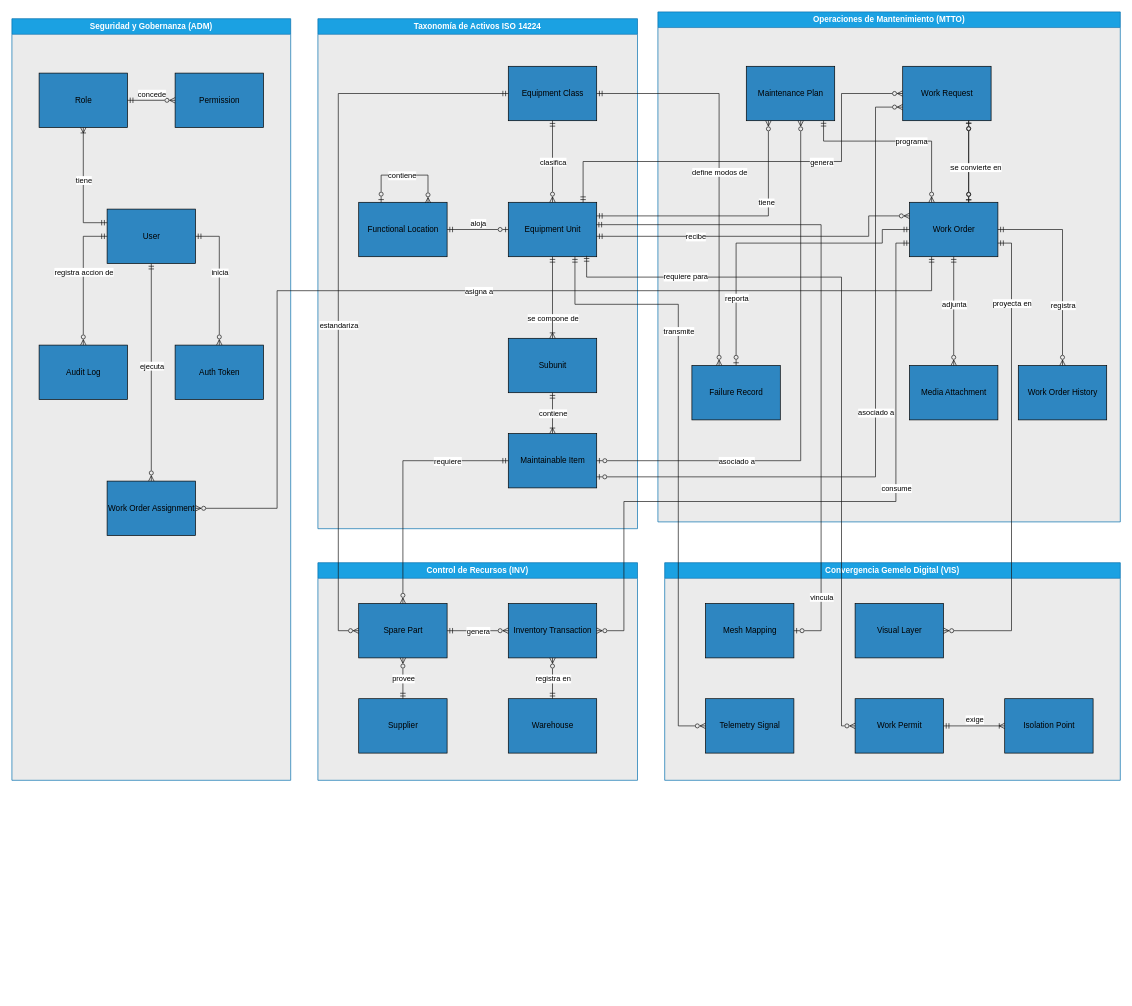
Earlier version of the draw.io diagram domain-models/entity-relationship/DT-ERD-CON-001-conceptual-model.drawio (Novav20/adso-dteam-docs). Source tidied: cells renumbered, new cells numbered last; positions are measured from the earlier drawing's top-left corner, leaving out a move shared by most shapes. Both pictures are drawn from the tidied source at 68%, with x=0, y=0 at pixel (12, 12).
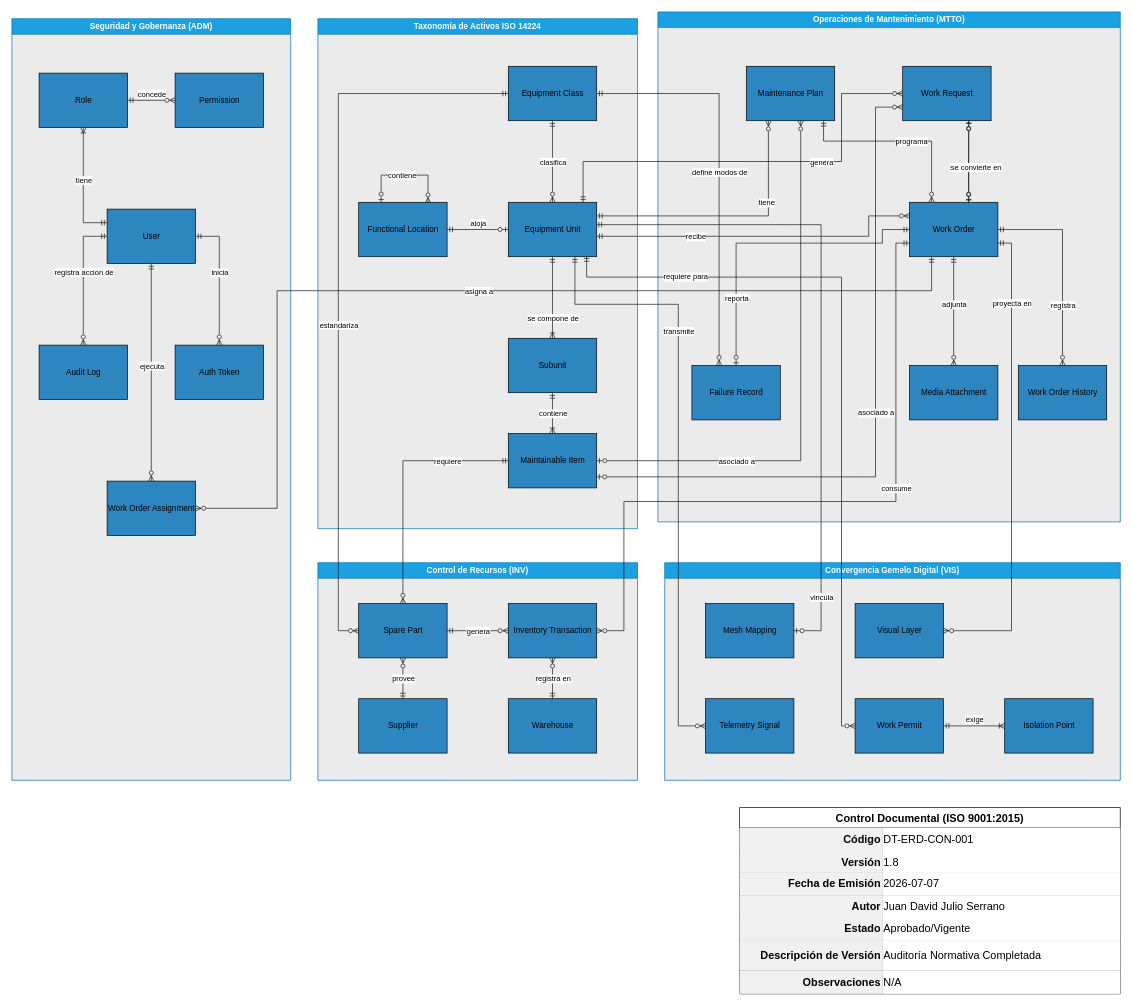
The same page after the edit.

Commit message (it also covers changes not shown here):
feat: remove puml conceptual model in favor of drawio; update PostgreSQL 16 to 18 from tech stack

What changed in the source:
```diff
@@
+    <mxCell id="101" value="Control Documental (ISO 9001:2015)" style="shape=table;startSize=30;childLayout=tableLayout;strokeColor=default;fontSize=16;fillStyle=auto;swimlaneFillColor=none;fontStyle=1;" parent="1" vertex="1">
+      <mxGeometry x="1070" y="1170" width="560" height="274" as="geometry" />
+    </mxCell>
+    <mxCell id="102" style="shape=tableRow;horizontal=0;startSize=0;swimlaneHead=0;swimlaneBody=0;strokeColor=inherit;top=0;left=0;bottom=0;right=0;fillColor=none;fontSize=16;" parent="101" vertex="1">
+      <mxGeometry y="30" width="560" height="34" as="geometry" />
+    </mxCell>
+    <mxCell id="103" value="Código" style="shape=partialRectangle;html=1;whiteSpace=wrap;strokeColor=default;overflow=hidden;fillColor=#F0F0F0;top=0;left=0;bottom=0;right=0;fontSize=16;align=right;fontStyle=1;" parent="102" vertex="1">
+      <mxGeometry width="210" height="34" as="geometry" />
+    </mxCell>
+    <mxCell id="104" value="DT-ERD-CON-001" style="shape=partialRectangle;html=1;whiteSpace=wrap;strokeColor=inherit;overflow=hidden;fillColor=default;top=0;left=0;bottom=0;right=0;fontSize=16;align=left;" parent="102" vertex="1">
+      <mxGeometry x="210" width="350" height="34" as="geometry" />
+    </mxCell>
+    <mxCell id="105" style="shape=tableRow;horizontal=0;startSize=0;swimlaneHead=0;swimlaneBody=0;strokeColor=inherit;top=0;left=0;bottom=0;right=0;fillColor=none;fontSize=16;" parent="101" vertex="1">
+      <mxGeometry y="64" width="560" height="31" as="geometry" />
+    </mxCell>
+    <mxCell id="106" value="Versión" style="shape=partialRectangle;html=1;whiteSpace=wrap;strokeColor=default;overflow=hidden;fillColor=#F0F0F0;top=0;left=0;bottom=0;right=0;fontSize=16;align=right;fontStyle=1;" parent="105" vertex="1">
+      <mxGeometry width="210" height="31" as="geometry" />
+    </mxCell>
+    <mxCell id="107" value="1.8" style="shape=partialRectangle;html=1;whiteSpace=wrap;strokeColor=inherit;overflow=hidden;fillColor=default;top=0;left=0;bottom=0;right=0;fontSize=16;align=left;" parent="105" vertex="1">
+      <mxGeometry x="210" width="350" height="31" as="geometry" />
+    </mxCell>
+    <mxCell id="108" style="shape=tableRow;horizontal=0;startSize=0;swimlaneHead=0;swimlaneBody=0;strokeColor=inherit;top=0;left=0;bottom=0;right=0;fillColor=none;fontSize=16;" parent="101" vertex="1">
+      <mxGeometry y="95" width="560" height="34" as="geometry" />
+    </mxCell>
+    <mxCell id="109" value="Fecha de Emisión" style="shape=partialRectangle;html=1;whiteSpace=wrap;strokeColor=default;overflow=hidden;fillColor=#F0F0F0;top=0;left=0;bottom=0;right=0;fontSize=16;align=right;fontStyle=1;" parent="108" vertex="1">
+      <mxGeometry width="210" height="34" as="geometry" />
+    </mxCell>
+    <mxCell id="110" value="2026-07-07" style="shape=partialRectangle;html=1;whiteSpace=wrap;strokeColor=inherit;overflow=hidden;fillColor=default;top=0;left=0;bottom=0;right=0;fontSize=16;align=left;" parent="108" vertex="1">
+      <mxGeometry x="210" width="350" height="34" as="geometry" />
+    </mxCell>
+    <mxCell id="111" style="shape=tableRow;horizontal=0;startSize=0;swimlaneHead=0;swimlaneBody=0;strokeColor=inherit;top=0;left=0;bottom=0;right=0;fillColor=none;fontSize=16;" parent="101" vertex="1">
+      <mxGeometry y="129" width="560" height="32" as="geometry" />
+    </mxCell>
+    <mxCell id="112" value="Autor" style="shape=partialRectangle;html=1;whiteSpace=wrap;strokeColor=default;overflow=hidden;fillColor=#F0F0F0;top=0;left=0;bottom=0;right=0;fontSize=16;align=right;fontStyle=1;" parent="111" vertex="1">
+      <mxGeometry width="210" height="32" as="geometry" />
+    </mxCell>
+    <mxCell id="113" value="Juan David Julio Serrano" style="shape=partialRectangle;html=1;whiteSpace=wrap;strokeColor=inherit;overflow=hidden;fillColor=default;top=0;left=0;bottom=0;right=0;fontSize=16;align=left;" parent="111" vertex="1">
+      <mxGeometry x="210" width="350" height="32" as="geometry" />
+    </mxCell>
+    <mxCell id="114" style="shape=tableRow;horizontal=0;startSize=0;swimlaneHead=0;swimlaneBody=0;strokeColor=inherit;top=0;left=0;bottom=0;right=0;fillColor=none;fontSize=16;" parent="101" vertex="1">
+      <mxGeometry y="161" width="560" height="34" as="geometry" />
+    </mxCell>
+    <mxCell id="115" value="Estado" style="shape=partialRectangle;html=1;whiteSpace=wrap;strokeColor=default;overflow=hidden;fillColor=#F0F0F0;top=0;left=0;bottom=0;right=0;fontSize=16;align=right;fontStyle=1;" parent="114" vertex="1">
+      <mxGeometry width="210" height="34" as="geometry" />
+    </mxCell>
+    <mxCell id="116" value="Aprobado/Vigente" style="shape=partialRectangle;html=1;whiteSpace=wrap;strokeColor=inherit;overflow=hidden;fillColor=default;top=0;left=0;bottom=0;right=0;fontSize=16;align=left;" parent="114" vertex="1">
+      <mxGeometry x="210" width="350" height="34" as="geometry" />
+    </mxCell>
+    <mxCell id="117" style="shape=tableRow;horizontal=0;startSize=0;swimlaneHead=0;swimlaneBody=0;strokeColor=inherit;top=0;left=0;bottom=0;right=0;fillColor=none;fontSize=16;" parent="101" vertex="1">
+      <mxGeometry y="195" width="560" height="45" as="geometry" />
+    </mxCell>
+    <mxCell id="118" value="Descripción de Versión" style="shape=partialRectangle;html=1;whiteSpace=wrap;strokeColor=default;overflow=hidden;fillColor=#F0F0F0;top=0;left=0;bottom=0;right=0;fontSize=16;align=right;fontStyle=1;" parent="117" vertex="1">
+      <mxGeometry width="210" height="45" as="geometry" />
+    </mxCell>
+    <mxCell id="119" value="Auditoría Normativa Completada" style="shape=partialRectangle;html=1;whiteSpace=wrap;strokeColor=inherit;overflow=hidden;fillColor=default;top=0;left=0;bottom=0;right=0;fontSize=16;align=left;" parent="117" vertex="1">
+      <mxGeometry x="210" width="350" height="45" as="geometry" />
+    </mxCell>
+    <mxCell id="120" style="shape=tableRow;horizontal=0;startSize=0;swimlaneHead=0;swimlaneBody=0;strokeColor=inherit;top=0;left=0;bottom=0;right=0;fillColor=none;fontSize=16;" parent="101" vertex="1">
+      <mxGeometry y="240" width="560" height="34" as="geometry" />
+    </mxCell>
+    <mxCell id="121" value="Observaciones" style="shape=partialRectangle;html=1;whiteSpace=wrap;strokeColor=default;overflow=hidden;fillColor=#F0F0F0;top=0;left=0;bottom=0;right=0;fontSize=16;align=right;fontStyle=1;" parent="120" vertex="1">
+      <mxGeometry width="210" height="34" as="geometry" />
+    </mxCell>
+    <mxCell id="122" value="N/A" style="shape=partialRectangle;html=1;whiteSpace=wrap;strokeColor=inherit;overflow=hidden;fillColor=default;top=0;left=0;bottom=0;right=0;fontSize=16;align=left;" parent="120" vertex="1">
+      <mxGeometry x="210" width="350" height="34" as="geometry" />
+    </mxCell>
```
